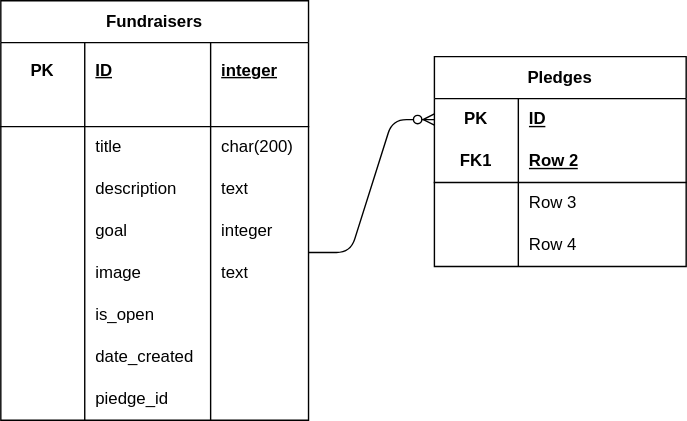
Above: database.drawio.svg in leanne110/crowdfunding_backend (draw.io), before the change. Source tidied: cells renumbered, new cells last; positions are measured from the earlier drawing's top-left corner, leaving out a move shared by most shapes.
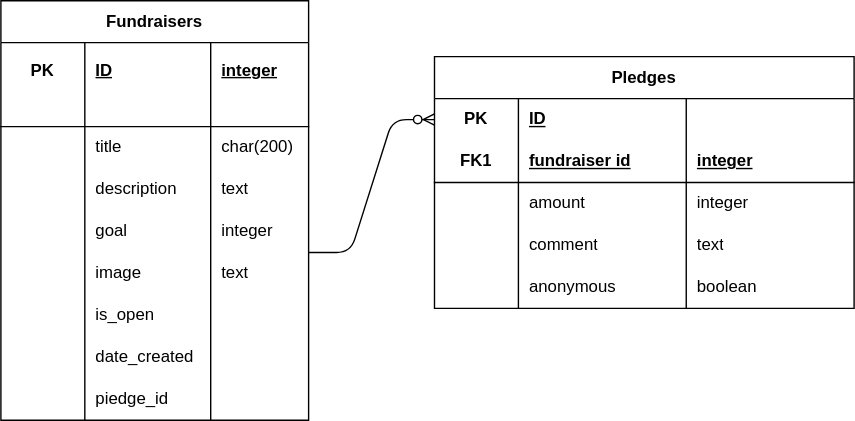
The same file after the commit.

The edit, as a diff of the source:
```diff
@@ -114,10 +114,10 @@
       <mxGeometry x="150" width="70" height="30" as="geometry" />
     </mxCell>
     <mxCell id="39" value="Pledges" style="shape=table;startSize=30;rowLines=0;fontStyle=1;align=center;html=1;whiteSpace=wrap;" parent="1" vertex="1">
-      <mxGeometry x="310" y="40" width="180" height="150" as="geometry" />
+      <mxGeometry x="310" y="40" width="300" height="180" as="geometry" />
     </mxCell>
     <mxCell id="40" style="shape=tableRow;horizontal=0;startSize=0;swimlaneHead=0;swimlaneBody=0;fillColor=none;points=[[0,0.5],[1,0.5]];portConstraint=eastwest;top=0;left=0;right=0;bottom=0;html=1;" parent="39" vertex="1">
-      <mxGeometry y="30" width="180" height="30" as="geometry" />
+      <mxGeometry y="30" width="300" height="30" as="geometry" />
     </mxCell>
     <mxCell id="41" value="PK" style="shape=partialRectangle;fillColor=none;top=0;left=0;bottom=0;right=0;fontStyle=1;overflow=hidden;html=1;whiteSpace=wrap;" parent="40" vertex="1">
       <mxGeometry width="60" height="30" as="geometry" />
@@ -125,33 +125,57 @@
     <mxCell id="42" value="ID" style="shape=partialRectangle;fillColor=none;top=0;left=0;bottom=0;right=0;align=left;spacingLeft=6;fontStyle=5;overflow=hidden;html=1;whiteSpace=wrap;" parent="40" vertex="1">
       <mxGeometry x="60" width="120" height="30" as="geometry" />
     </mxCell>
+    <mxCell id="53" style="shape=partialRectangle;fillColor=none;top=0;left=0;bottom=0;right=0;align=left;spacingLeft=6;fontStyle=5;overflow=hidden;html=1;whiteSpace=wrap;" parent="40" vertex="1">
+      <mxGeometry x="180" width="120" height="30" as="geometry" />
+    </mxCell>
     <mxCell id="43" style="shape=tableRow;horizontal=0;startSize=0;swimlaneHead=0;swimlaneBody=0;fillColor=none;top=0;left=0;right=0;bottom=1;html=1;" parent="39" vertex="1">
-      <mxGeometry y="60" width="180" height="30" as="geometry" />
+      <mxGeometry y="60" width="300" height="30" as="geometry" />
     </mxCell>
     <mxCell id="44" value="FK1" style="shape=partialRectangle;fillColor=none;top=0;left=0;bottom=0;right=0;fontStyle=1;overflow=hidden;html=1;whiteSpace=wrap;" parent="43" vertex="1">
       <mxGeometry width="60" height="30" as="geometry" />
     </mxCell>
-    <mxCell id="45" value="Row 2" style="shape=partialRectangle;fillColor=none;top=0;left=0;bottom=0;right=0;align=left;spacingLeft=6;fontStyle=5;overflow=hidden;html=1;whiteSpace=wrap;" parent="43" vertex="1">
+    <mxCell id="45" value="fundraiser id" style="shape=partialRectangle;fillColor=none;top=0;left=0;bottom=0;right=0;align=left;spacingLeft=6;fontStyle=5;overflow=hidden;html=1;whiteSpace=wrap;" parent="43" vertex="1">
       <mxGeometry x="60" width="120" height="30" as="geometry" />
     </mxCell>
+    <mxCell id="54" value="integer" style="shape=partialRectangle;fillColor=none;top=0;left=0;bottom=0;right=0;align=left;spacingLeft=6;fontStyle=5;overflow=hidden;html=1;whiteSpace=wrap;" parent="43" vertex="1">
+      <mxGeometry x="180" width="120" height="30" as="geometry" />
+    </mxCell>
     <mxCell id="46" style="shape=tableRow;horizontal=0;startSize=0;swimlaneHead=0;swimlaneBody=0;fillColor=none;top=0;left=0;right=0;bottom=0;html=1;" parent="39" vertex="1">
-      <mxGeometry y="90" width="180" height="30" as="geometry" />
+      <mxGeometry y="90" width="300" height="30" as="geometry" />
     </mxCell>
     <mxCell id="47" style="shape=partialRectangle;fillColor=none;top=0;left=0;bottom=0;right=0;overflow=hidden;html=1;whiteSpace=wrap;" parent="46" vertex="1">
       <mxGeometry width="60" height="30" as="geometry" />
     </mxCell>
-    <mxCell id="48" value="Row 3" style="shape=partialRectangle;fillColor=none;top=0;left=0;bottom=0;right=0;align=left;spacingLeft=6;overflow=hidden;html=1;whiteSpace=wrap;" parent="46" vertex="1">
+    <mxCell id="48" value="amount" style="shape=partialRectangle;fillColor=none;top=0;left=0;bottom=0;right=0;align=left;spacingLeft=6;overflow=hidden;html=1;whiteSpace=wrap;" parent="46" vertex="1">
       <mxGeometry x="60" width="120" height="30" as="geometry" />
     </mxCell>
+    <mxCell id="55" value="integer" style="shape=partialRectangle;fillColor=none;top=0;left=0;bottom=0;right=0;align=left;spacingLeft=6;overflow=hidden;html=1;whiteSpace=wrap;" parent="46" vertex="1">
+      <mxGeometry x="180" width="120" height="30" as="geometry" />
+    </mxCell>
     <mxCell id="49" style="shape=tableRow;horizontal=0;startSize=0;swimlaneHead=0;swimlaneBody=0;fillColor=none;top=0;left=0;right=0;bottom=0;html=1;" parent="39" vertex="1">
-      <mxGeometry y="120" width="180" height="30" as="geometry" />
+      <mxGeometry y="120" width="300" height="30" as="geometry" />
     </mxCell>
     <mxCell id="50" style="shape=partialRectangle;fillColor=none;top=0;left=0;bottom=0;right=0;overflow=hidden;html=1;whiteSpace=wrap;" parent="49" vertex="1">
       <mxGeometry width="60" height="30" as="geometry" />
     </mxCell>
-    <mxCell id="51" value="Row 4" style="shape=partialRectangle;fillColor=none;top=0;left=0;bottom=0;right=0;align=left;spacingLeft=6;overflow=hidden;html=1;whiteSpace=wrap;" parent="49" vertex="1">
+    <mxCell id="51" value="comment" style="shape=partialRectangle;fillColor=none;top=0;left=0;bottom=0;right=0;align=left;spacingLeft=6;overflow=hidden;html=1;whiteSpace=wrap;" parent="49" vertex="1">
       <mxGeometry x="60" width="120" height="30" as="geometry" />
     </mxCell>
+    <mxCell id="56" value="text" style="shape=partialRectangle;fillColor=none;top=0;left=0;bottom=0;right=0;align=left;spacingLeft=6;overflow=hidden;html=1;whiteSpace=wrap;" parent="49" vertex="1">
+      <mxGeometry x="180" width="120" height="30" as="geometry" />
+    </mxCell>
+    <mxCell id="57" style="shape=tableRow;horizontal=0;startSize=0;swimlaneHead=0;swimlaneBody=0;fillColor=none;top=0;left=0;right=0;bottom=0;html=1;" parent="39" vertex="1">
+      <mxGeometry y="150" width="300" height="30" as="geometry" />
+    </mxCell>
+    <mxCell id="58" style="shape=partialRectangle;fillColor=none;top=0;left=0;bottom=0;right=0;overflow=hidden;html=1;whiteSpace=wrap;" parent="57" vertex="1">
+      <mxGeometry width="60" height="30" as="geometry" />
+    </mxCell>
+    <mxCell id="59" value="anonymous" style="shape=partialRectangle;fillColor=none;top=0;left=0;bottom=0;right=0;align=left;spacingLeft=6;overflow=hidden;html=1;whiteSpace=wrap;" parent="57" vertex="1">
+      <mxGeometry x="60" width="120" height="30" as="geometry" />
+    </mxCell>
+    <mxCell id="60" value="boolean" style="shape=partialRectangle;fillColor=none;top=0;left=0;bottom=0;right=0;align=left;spacingLeft=6;overflow=hidden;html=1;whiteSpace=wrap;" parent="57" vertex="1">
+      <mxGeometry x="180" width="120" height="30" as="geometry" />
+    </mxCell>
     <mxCell id="52" style="edgeStyle=entityRelationEdgeStyle;fontSize=12;html=1;endArrow=ERzeroToMany;endFill=1;entryX=0;entryY=0.5;entryDx=0;entryDy=0;" parent="1" edge="1" target="40">
       <mxGeometry relative="1" as="geometry">
         <mxPoint x="220" y="180" as="sourcePoint" />
```
